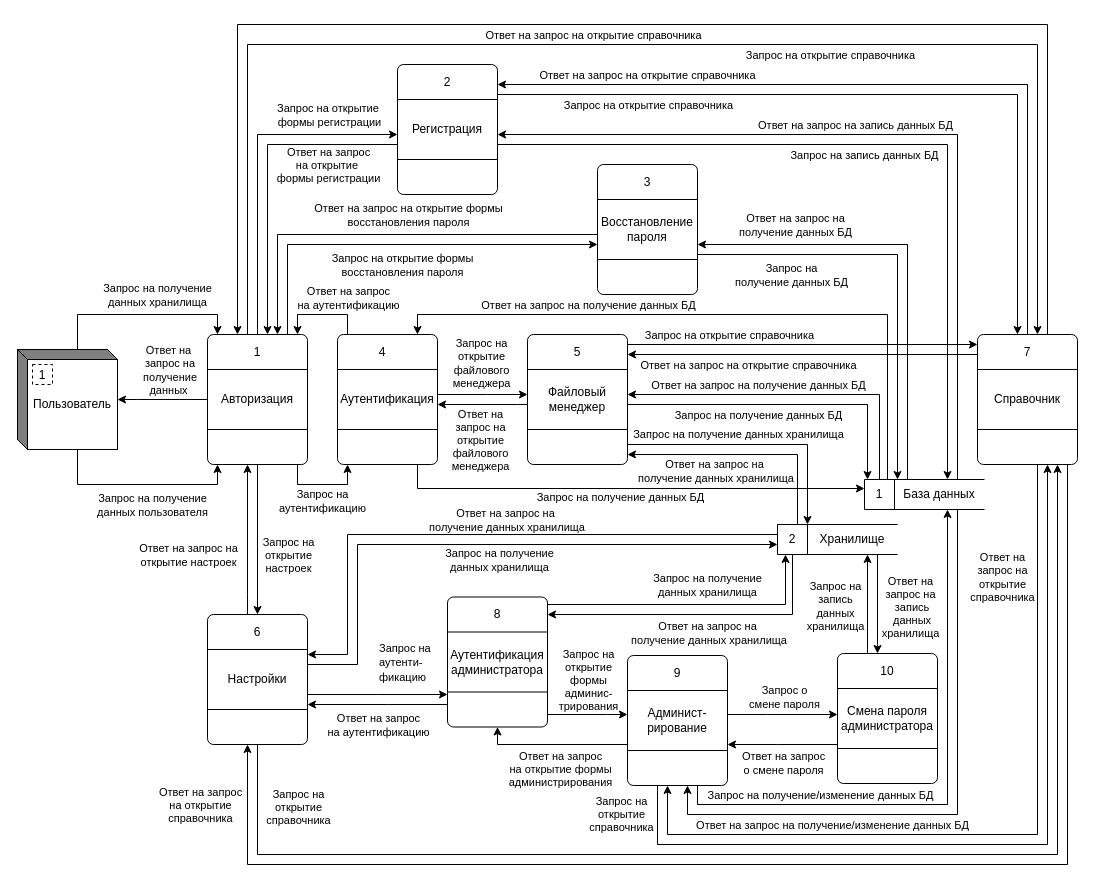
This is Documents/DFD2.drawio from ReyRom/VortexFile, a draw.io file, before an edit. Source tidied: cells renumbered, new cells numbered last; positions are measured from the earlier drawing's top-left corner, leaving out a move shared by most shapes. Both pictures are drawn from the tidied source at 100%, with x=0, y=0 at pixel (17, 24).
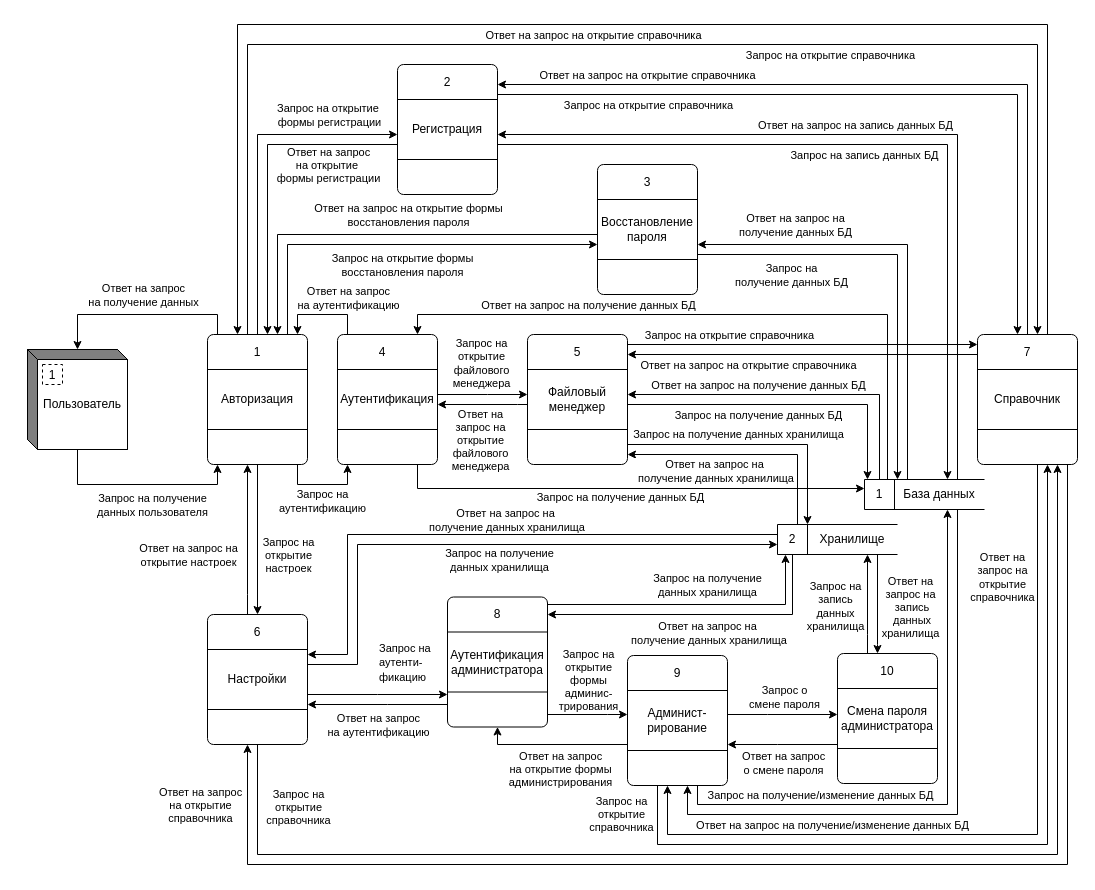
The same diagram, later.

The change refers to these unchanged cells:
```xml
<mxCell id="4" value="Пользователь" style="text;html=1;strokeColor=none;fillColor=none;align=center;verticalAlign=middle;whiteSpace=wrap;rounded=0;" parent="2" vertex="1">
  <mxGeometry x="10" y="10" width="90" height="90" as="geometry" />
</mxCell>
<mxCell id="6" style="rounded=1;whiteSpace=wrap;html=1;arcSize=6;" parent="5" vertex="1">
  <mxGeometry width="100" height="130" as="geometry" />
</mxCell>
```

Change to the diagram source:
```diff
@@
     <mxCell id="2" style="html=1;dashed=0;whitespace=wrap;shape=mxgraph.dfd.externalEntity;" parent="1" vertex="1">
-      <mxGeometry y="325" width="100" height="100" as="geometry" />
+      <mxGeometry x="10" y="325" width="100" height="100" as="geometry" />
     </mxCell>
@@
-    <mxCell id="9" style="endArrow=classic;html=1;rounded=0;edgeStyle=orthogonalEdgeStyle;" parent="1" edge="1" source="6" target="4">
+    <mxCell id="9" style="endArrow=classic;html=1;rounded=0;edgeStyle=orthogonalEdgeStyle;" parent="1" edge="1" source="6" target="2">
       <mxGeometry relative="1" as="geometry">
         <Array as="points">
-          <mxPoint x="120" y="375" />
-          <mxPoint x="120" y="375" />
+          <mxPoint x="200" y="290" />
+          <mxPoint x="60" y="290" />
         </Array>
       </mxGeometry>
     </mxCell>
-    <mxCell id="10" value="Ответ на&lt;br&gt;&amp;nbsp;запрос на&lt;br&gt;&amp;nbsp;получение&lt;br&gt;данных" style="edgeLabel;html=1;align=center;verticalAlign=middle;" parent="9" vertex="1">
+    <mxCell id="10" value="Ответ на запрос &lt;br&gt;на&amp;nbsp;получение данных" style="edgeLabel;html=1;align=center;verticalAlign=middle;" parent="9" vertex="1">
       <mxGeometry x="0.06" y="-2" relative="1" as="geometry">
-        <mxPoint x="8" y="-28" as="offset" />
+        <mxPoint x="8" y="-18" as="offset" />
       </mxGeometry>
     </mxCell>
@@
-    <mxCell id="21" style="endArrow=classic;html=1;rounded=0;edgeStyle=orthogonalEdgeStyle;" parent="1" edge="1" source="2" target="6">
-      <mxGeometry relative="1" as="geometry">
-        <Array as="points">
-          <mxPoint x="60" y="290" />
-          <mxPoint x="200" y="290" />
-        </Array>
-      </mxGeometry>
-    </mxCell>
-    <mxCell id="22" value="Запрос на получение &lt;br&gt;данных хранилища" style="edgeLabel;html=1;align=center;verticalAlign=middle;" parent="21" vertex="1">
-      <mxGeometry x="-0.05" relative="1" as="geometry">
-        <mxPoint x="21" y="-20" as="offset" />
-      </mxGeometry>
-    </mxCell>
```
